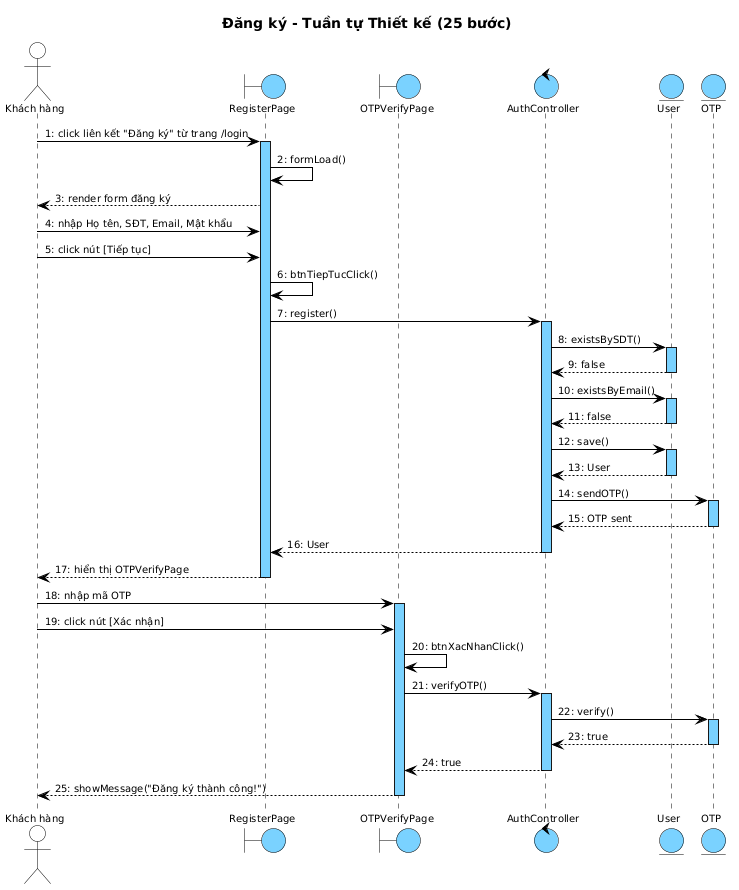
thanhtrnnn/cnpm keeps this PlantUML diagram as output/diagrams/account_seq_register_design.png. Above is the earlier version.
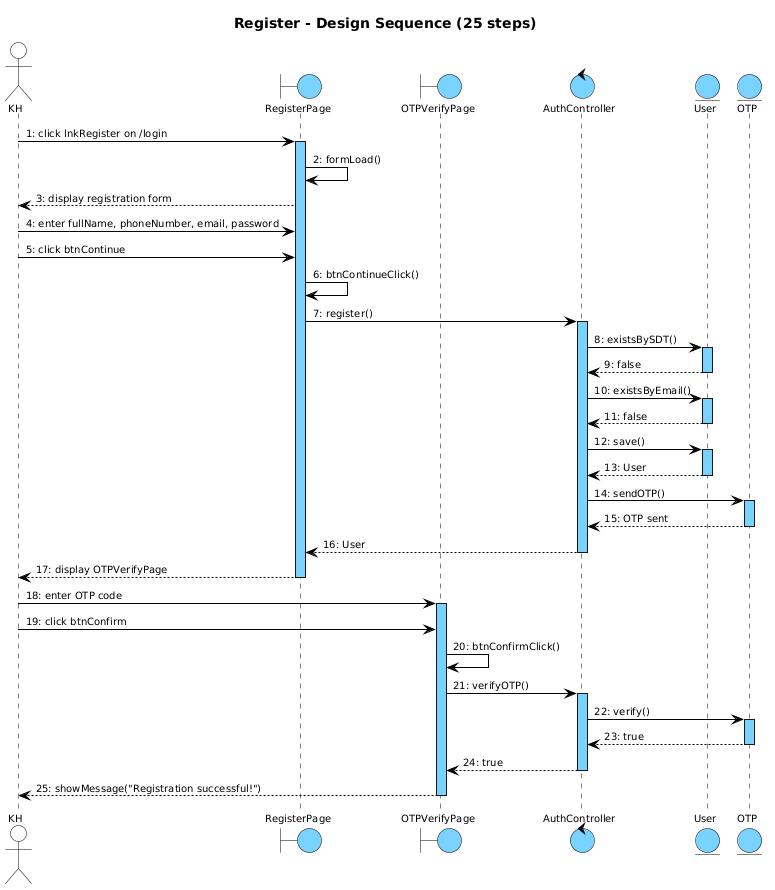
After the commit.

Diff of the diagram source:
```diff
@@ -1,10 +1,8 @@
 @startuml
 skinparam shadowing false
 skinparam SequenceMessageAlign left
-
 skinparam SequenceLifeLineBackgroundColor #7AD2FF
 skinparam SequenceLifeLineBorderColor #000000
-
 <style>
 sequenceDiagram {
   Shadowing 0
@@ -12,13 +10,11 @@
   FontName "Arial"
   FontSize 10
   FontColor #000000
-
   participant {
     BackgroundColor #7AD2FF
     LineColor #000000
     LineThickness 1
   }
-
   actor {
     BackgroundColor transparent
     LineColor #000000
@@ -35,12 +31,10 @@
     BackgroundColor #7AD2FF
     LineColor #000000
   }
-
   lifeline {
     LineColor #000000
     LineStyle 5-5
   }
-
   arrow {
     LineColor #000000
     LineThickness 1
@@ -48,22 +42,22 @@
   }
 }
 </style>
-title Đăng ký - Tuần tự Thiết kế (25 bước)
+title Register - Design Sequence (25 steps)
 
-actor "Khách hàng" as KH
+actor "KH" as KH
 boundary RegisterPage as B1
 boundary OTPVerifyPage as B2
 control AuthController as C1
 entity User as E1
 entity OTP as E2
 
-KH -> B1 : 1: click liên kết "Đăng ký" từ trang /login
+KH -> B1 : 1: click lnkRegister on /login
 activate B1
 B1 -> B1 : 2: formLoad()
-B1 --> KH : 3: render form đăng ký
-KH -> B1 : 4: nhập Họ tên, SĐT, Email, Mật khẩu
-KH -> B1 : 5: click nút [Tiếp tục]
-B1 -> B1 : 6: btnTiepTucClick()
+B1 --> KH : 3: display registration form
+KH -> B1 : 4: enter fullName, phoneNumber, email, password
+KH -> B1 : 5: click btnContinue
+B1 -> B1 : 6: btnContinueClick()
 B1 -> C1 : 7: register()
 activate C1
 C1 -> E1 : 8: existsBySDT()
@@ -84,13 +78,13 @@
 deactivate E2
 C1 --> B1 : 16: User
 deactivate C1
-B1 --> KH : 17: hiển thị OTPVerifyPage
+B1 --> KH : 17: display OTPVerifyPage
 deactivate B1
 
-KH -> B2 : 18: nhập mã OTP
+KH -> B2 : 18: enter OTP code
 activate B2
-KH -> B2 : 19: click nút [Xác nhận]
-B2 -> B2 : 20: btnXacNhanClick()
+KH -> B2 : 19: click btnConfirm
+B2 -> B2 : 20: btnConfirmClick()
 B2 -> C1 : 21: verifyOTP()
 activate C1
 C1 -> E2 : 22: verify()
@@ -99,6 +93,6 @@
 deactivate E2
 C1 --> B2 : 24: true
 deactivate C1
-B2 --> KH : 25: showMessage("Đăng ký thành công!")
+B2 --> KH : 25: showMessage("Registration successful!")
 deactivate B2
 @enduml
```
